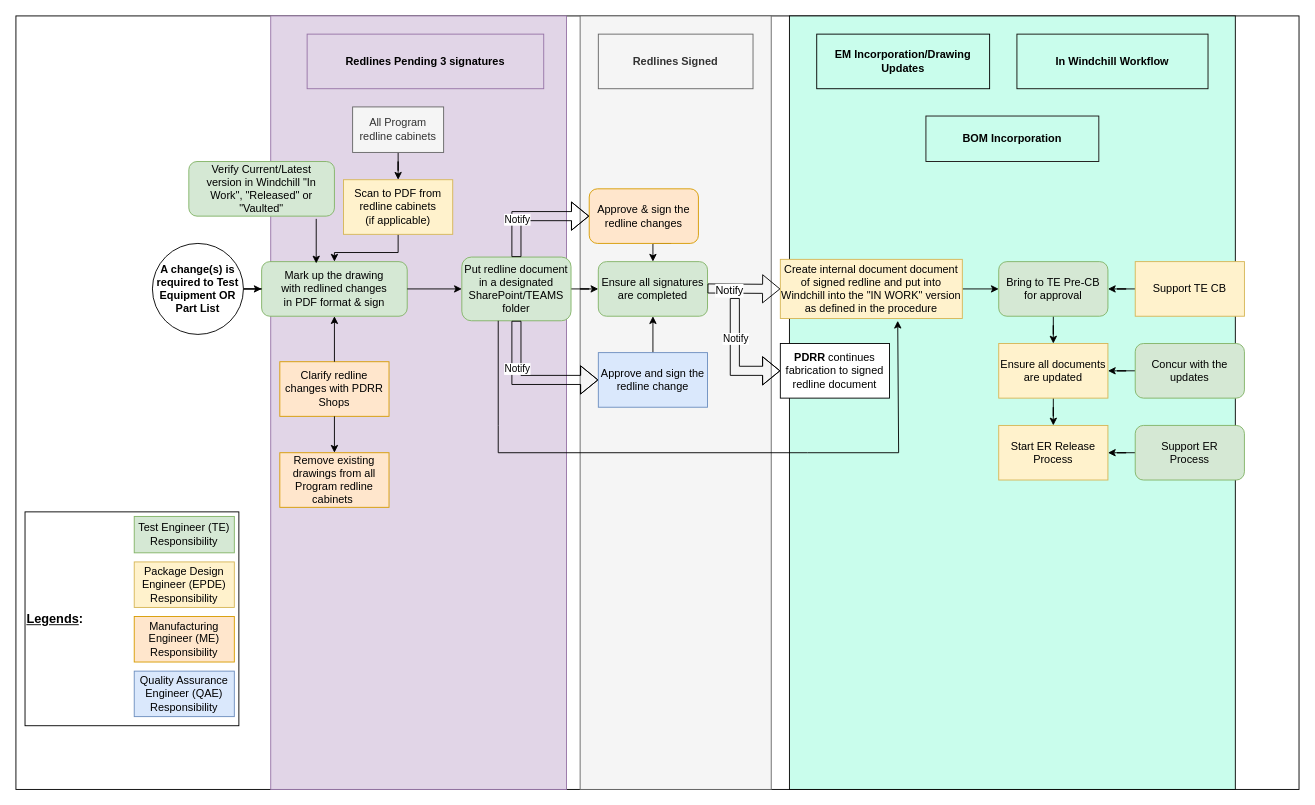
The draw.io diagram Untitled Diagram.drawio in lnguyen921/UTA, before the edit. Source tidied: cells renumbered, new cells numbered last; positions are measured from the earlier drawing's top-left corner, leaving out a move shared by most shapes. Both pictures are drawn from the tidied source at 91%, with x=0, y=0 at pixel (15, 15).
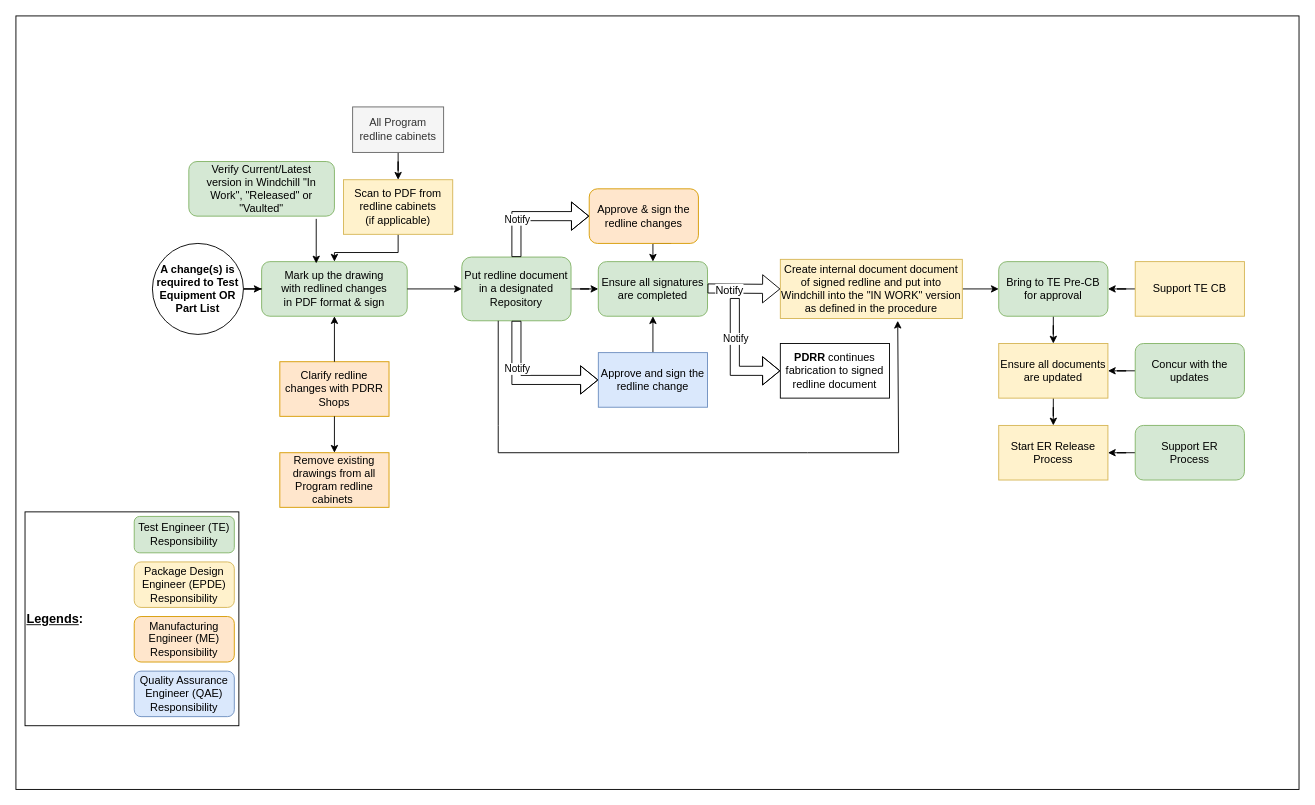
Above is the later version.

What changed in the source:
```diff
@@
-    <mxCell id="3" style="rounded=0;whiteSpace=wrap;html=1;fillColor=#c9fdec;strokeColor=#030302;" parent="1" vertex="1">
-      <mxGeometry x="850" width="490" height="850" as="geometry" />
-    </mxCell>
-    <mxCell id="4" style="rounded=0;whiteSpace=wrap;html=1;fillColor=#f5f5f5;fontColor=#333333;strokeColor=#666666;" parent="1" vertex="1">
-      <mxGeometry x="620" width="210" height="850" as="geometry" />
-    </mxCell>
-    <mxCell id="5" style="rounded=0;whiteSpace=wrap;html=1;fillColor=#e1d5e7;strokeColor=#9673a6;rotation=-90;" parent="1" vertex="1">
-      <mxGeometry x="17.5" y="262.5" width="850" height="325" as="geometry" />
-    </mxCell>
@@
-    <mxCell id="8" value="Put redline document in a designated&lt;div&gt;SharePoint/TEAMS&lt;/div&gt;&lt;div&gt;folder&lt;/div&gt;" style="rounded=1;whiteSpace=wrap;html=1;fontSize=12;glass=0;strokeWidth=1;shadow=0;fillColor=#d5e8d4;strokeColor=#82b366;" parent="1" vertex="1">
+    <mxCell id="8" value="Put redline document in a designated&lt;div&gt;Repository&lt;/div&gt;" style="rounded=1;whiteSpace=wrap;html=1;fontSize=12;glass=0;strokeWidth=1;shadow=0;fillColor=#d5e8d4;strokeColor=#82b366;" parent="1" vertex="1">
       <mxGeometry x="490" y="265" width="120" height="70" as="geometry" />
     </mxCell>
@@
-    <mxCell id="50" value="&lt;font style=&quot;font-size: 14px;&quot;&gt;&lt;b&gt;&lt;u&gt;Legends&lt;/u&gt;:&lt;/b&gt;&lt;/font&gt;" style="whiteSpace=wrap;html=1;align=left;" parent="1" vertex="1">
+    <mxCell id="50" value="&lt;font style=&quot;font-size: 14px;&quot;&gt;&lt;b&gt;&lt;u&gt;Legends&lt;/u&gt;:&lt;/b&gt;&lt;/font&gt;" style="whiteSpace=wrap;html=1;align=left;rounded=0;" parent="1" vertex="1">
       <mxGeometry x="10" y="545" width="235" height="235" as="geometry" />
     </mxCell>
-    <mxCell id="51" value="Test Engineer (TE) Responsibility" style="rounded=0;whiteSpace=wrap;html=1;fillColor=#d5e8d4;strokeColor=#82b366;" parent="1" vertex="1">
+    <mxCell id="51" value="Test Engineer (TE) Responsibility" style="rounded=1;whiteSpace=wrap;html=1;fillColor=#d5e8d4;strokeColor=#82b366;" parent="1" vertex="1">
       <mxGeometry x="130" y="550" width="110" height="40" as="geometry" />
     </mxCell>
-    <mxCell id="52" value="Package Design Engineer (EPDE) Responsibility" style="rounded=0;whiteSpace=wrap;html=1;fillColor=#fff2cc;strokeColor=#d6b656;" parent="1" vertex="1">
+    <mxCell id="52" value="Package Design Engineer (EPDE) Responsibility" style="rounded=1;whiteSpace=wrap;html=1;fillColor=#fff2cc;strokeColor=#d6b656;" parent="1" vertex="1">
       <mxGeometry x="130" y="600" width="110" height="50" as="geometry" />
     </mxCell>
-    <mxCell id="53" value="Manufacturing Engineer (ME) Responsibility" style="rounded=0;whiteSpace=wrap;html=1;fillColor=#ffe6cc;strokeColor=#d79b00;" parent="1" vertex="1">
+    <mxCell id="53" value="Manufacturing Engineer (ME) Responsibility" style="rounded=1;whiteSpace=wrap;html=1;fillColor=#ffe6cc;strokeColor=#d79b00;glass=0;" parent="1" vertex="1">
       <mxGeometry x="130" y="660" width="110" height="50" as="geometry" />
     </mxCell>
-    <mxCell id="54" value="Quality Assurance Engineer (QAE) Responsibility" style="rounded=0;whiteSpace=wrap;html=1;fillColor=#dae8fc;strokeColor=#6c8ebf;" parent="1" vertex="1">
+    <mxCell id="54" value="Quality Assurance Engineer (QAE) Responsibility" style="rounded=1;whiteSpace=wrap;html=1;fillColor=#dae8fc;strokeColor=#6c8ebf;" parent="1" vertex="1">
       <mxGeometry x="130" y="720" width="110" height="50" as="geometry" />
     </mxCell>
-    <mxCell id="55" value="&lt;b&gt;Redlines Pending 3 signatures&lt;/b&gt;" style="rounded=0;whiteSpace=wrap;html=1;fillColor=#e1d5e7;strokeColor=#9673a6;" parent="1" vertex="1">
-      <mxGeometry x="320" y="20" width="260" height="60" as="geometry" />
-    </mxCell>
-    <mxCell id="56" value="&lt;b&gt;Redlines Signed&lt;/b&gt;" style="rounded=0;whiteSpace=wrap;html=1;fillColor=#f5f5f5;fontColor=#333333;strokeColor=#666666;" parent="1" vertex="1">
-      <mxGeometry x="640" y="20" width="170" height="60" as="geometry" />
-    </mxCell>
-    <mxCell id="57" value="&lt;b&gt;EM Incorporation/Drawing Updates&lt;/b&gt;" style="rounded=0;whiteSpace=wrap;html=1;fillColor=#C9FDEC;strokeColor=#000000;" parent="1" vertex="1">
-      <mxGeometry x="880" y="20" width="190" height="60" as="geometry" />
-    </mxCell>
-    <mxCell id="58" value="&lt;b&gt;In Windchill Workflow&lt;/b&gt;" style="rounded=0;whiteSpace=wrap;html=1;fillColor=#C9FDEC;strokeColor=#100e0a;" parent="1" vertex="1">
-      <mxGeometry x="1100" y="20" width="210" height="60" as="geometry" />
-    </mxCell>
-    <mxCell id="59" value="&lt;b&gt;BOM Incorporation&lt;/b&gt;" style="rounded=0;whiteSpace=wrap;html=1;gradientColor=none;fillColor=#c9fdec;strokeColor=#171111;" parent="1" vertex="1">
-      <mxGeometry x="1000" y="110" width="190" height="50" as="geometry" />
-    </mxCell>
```
